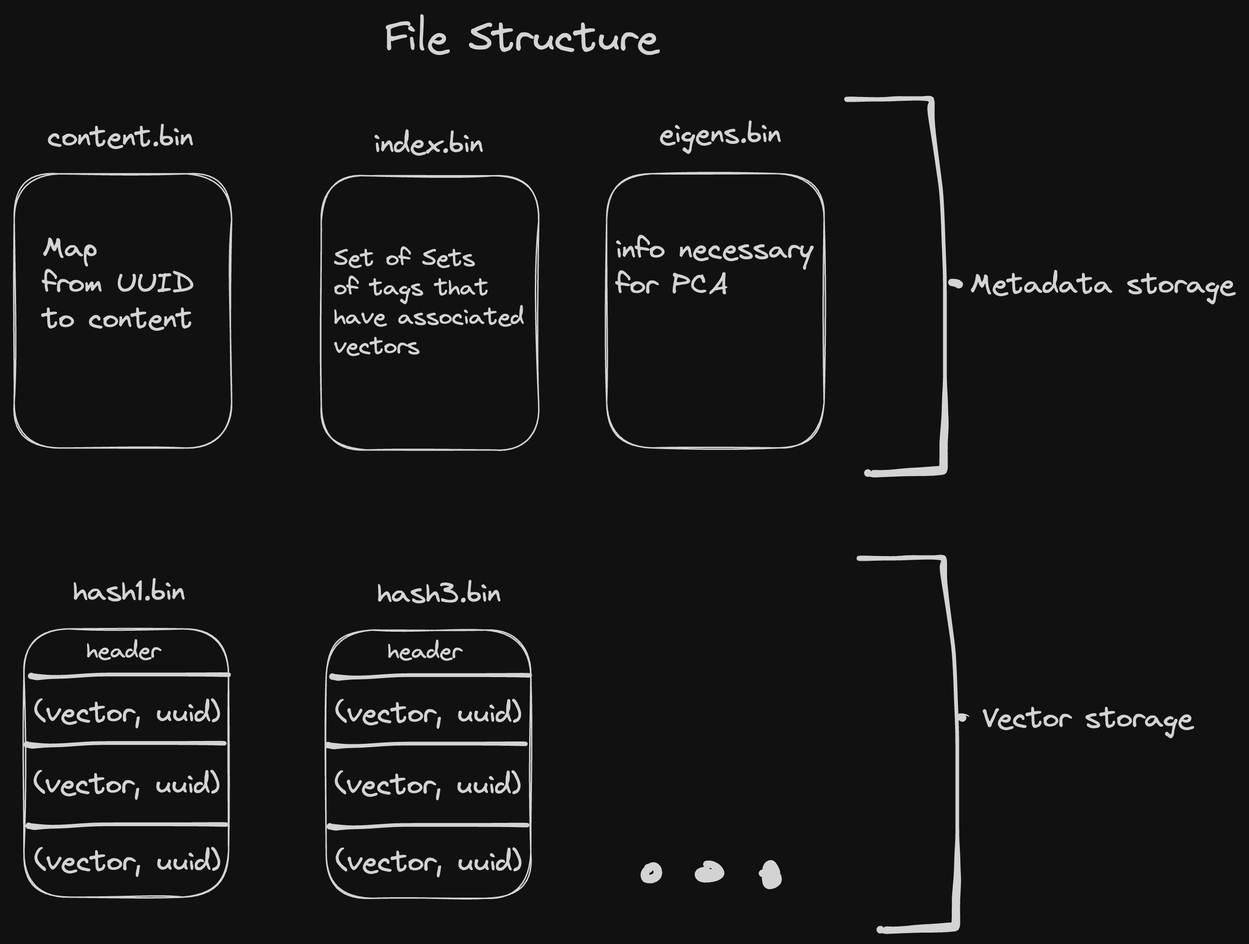
Before: assets/file_structure.png, a diagram exported from Excalidraw (not-pizza/victor). Source tidied: one line per element, renumbered; positions are measured from the earlier drawing's top-left corner, leaving out a move shared by most shapes.
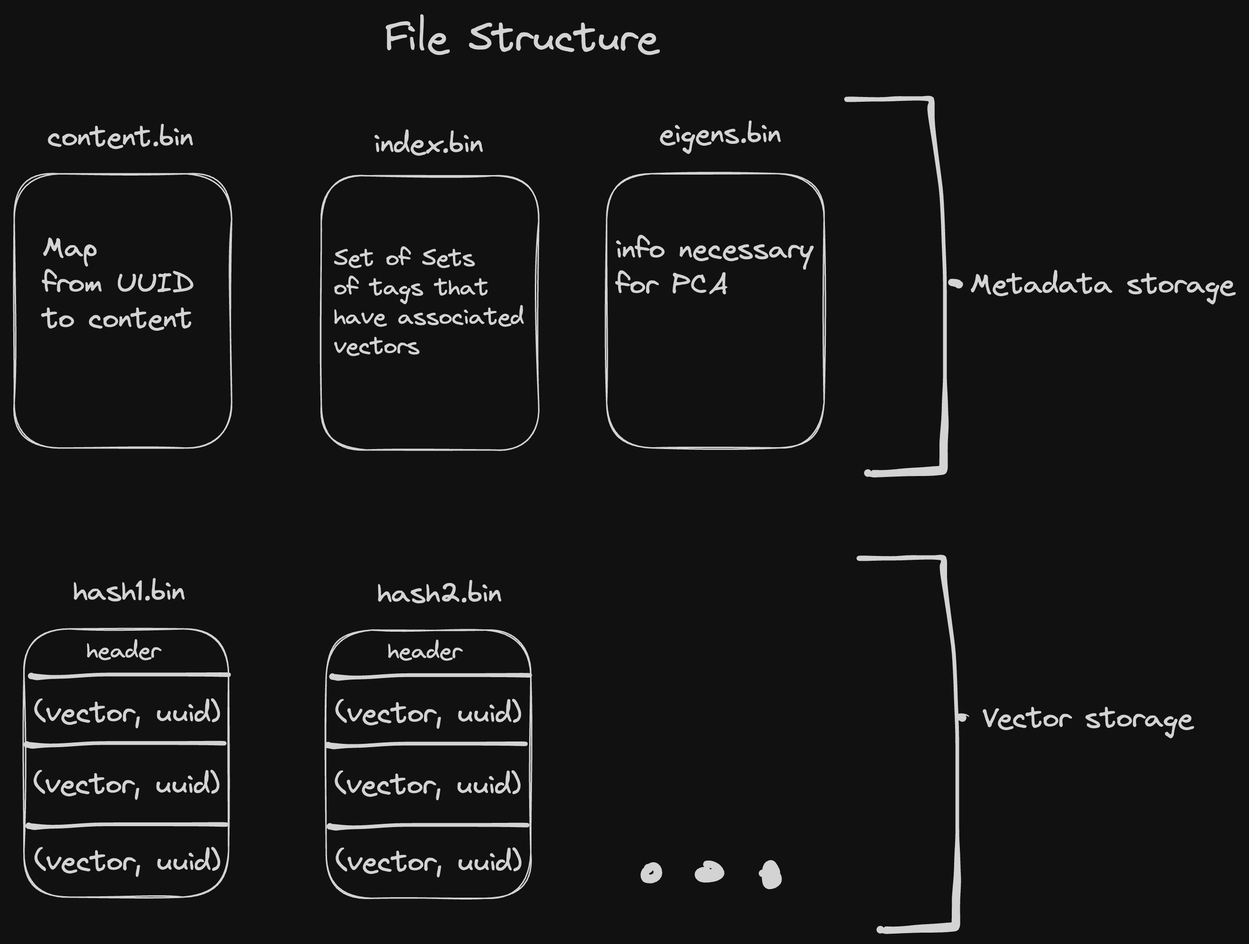
Above is the later version.

Change to the diagram source:
```diff
@@ -13,7 +13,7 @@
 {"id": 12, "type": "freedraw", "strokeColor": "#1e1e1e", "strokeWidth": 1, "roughness": 1, "x": 595, "y": 383, "width": 69, "height": 263, "points": [[0, 0], [15, 0], [34, 0], [55, -1], [59, -1], [59, 1], [59, 10], [63, 38], [67, 69], [68, 93], [69, 119], [69, 146], [69, 176], [69, 199], [69, 213], [69, 224], [69, 233], [68, 244], [68, 255], [68, 259], [68, 260], [66, 260], [56, 260], [43, 261], [27, 262], [17, 262], [15, 262]]}
 {"id": 13, "type": "freedraw", "strokeColor": "#1e1e1e", "strokeWidth": 1, "roughness": 1, "x": 666, "y": 495, "width": 5, "height": 1, "points": [[0, 0], [0, 0], [0, 0], [0, 0], [1, 0], [1, 0], [1, 0], [2, 0], [2, 0], [2, 0], [2, 0], [2, 0], [3, 0], [3, 0], [3, 0], [3, 0], [4, 0], [4, 0], [4, 1], [4, 1], [4, 1], [5, 1], [5, 1], [5, 1], [5, 1], [5, 1], [5, 1], [5, 1], [5, 1], [0, 0]]}
 {"id": 14, "type": "text", "text": "hash1.bin", "strokeColor": "#1e1e1e", "strokeWidth": 1, "roughness": 1, "fontSize": 20, "fontFamily": 1, "x": 42, "y": 394, "width": 79, "height": 25}
-{"id": 15, "type": "text", "text": "hash3.bin", "strokeColor": "#1e1e1e", "strokeWidth": 1, "roughness": 1, "fontSize": 20, "fontFamily": 1, "x": 256, "y": 396, "width": 87, "height": 25}
+{"id": 15, "type": "text", "text": "hash2.bin", "strokeColor": "#1e1e1e", "strokeWidth": 1, "roughness": 1, "fontSize": 20, "fontFamily": 1, "x": 256, "y": 396, "width": 88, "height": 25}
 {"id": 16, "type": "freedraw", "strokeColor": "#1e1e1e", "strokeWidth": 1, "roughness": 1, "x": 447, "y": 602, "width": 10, "height": 10, "points": [[0, 0], [0, 0], [0, 0], [0, 0], [0, -1], [1, -2], [2, -2], [3, -2], [4, -2], [6, -1], [6, 0], [7, 2], [7, 3], [7, 5], [6, 6], [4, 7], [2, 8], [0, 8], [-2, 8], [-2, 7], [-3, 6], [-3, 4], [-2, 3], [-1, 1], [0, 1], [1, 1], [1, 1], [2, 1], [2, 1], [2, 1], [2, 1], [2, 1], [2, 1], [2, 1], [0, 0]]}
 {"id": 17, "type": "freedraw", "strokeColor": "#1e1e1e", "strokeWidth": 1, "roughness": 1, "x": 488, "y": 599, "width": 16, "height": 11, "points": [[0, 0], [0, 0], [0, 0], [0, 0], [0, -1], [0, -1], [1, -1], [2, -1], [5, 0], [7, 1], [9, 3], [10, 4], [10, 6], [10, 7], [9, 8], [7, 9], [4, 10], [1, 10], [-2, 10], [-5, 10], [-6, 9], [-6, 8], [-6, 7], [-6, 6], [-4, 5], [-2, 5], [1, 5], [2, 5], [4, 5], [4, 6], [5, 6], [5, 6], [5, 6], [5, 6], [5, 6]]}
 {"id": 18, "type": "freedraw", "strokeColor": "#1e1e1e", "strokeWidth": 1, "roughness": 1, "x": 527, "y": 605, "width": 11, "height": 15, "points": [[0, 0], [0, 0], [0, -1], [1, -1], [4, -1], [8, -1], [10, 1], [11, 3], [11, 5], [9, 7], [6, 8], [4, 8], [3, 6], [3, 0], [3, -5], [5, -7], [5, -7], [7, -6], [9, -2], [9, -1], [9, 0], [7, 2], [4, 2], [4, 2], [4, 1], [6, 0]]}
```
